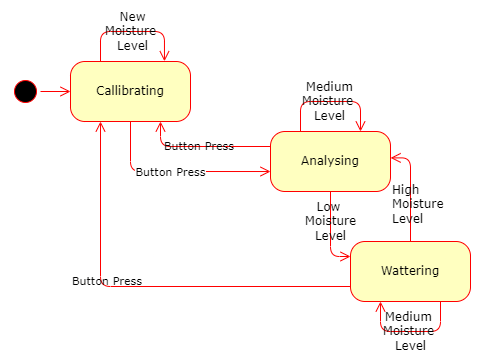
jozef17/Arduino-projects keeps this draw.io diagram as WateringSystem/media/StateMachine.png. Above is the earlier version. Source tidied: cells renumbered, new cells last; positions are measured from the earlier drawing's top-left corner, leaving out a move shared by most shapes.
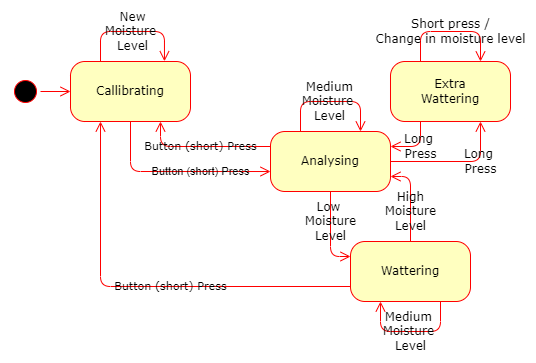
The same diagram one commit later.

The edit, as a diff of the source:
```diff
@@ -24,23 +24,32 @@
         </Array>
       </mxGeometry>
     </mxCell>
-    <mxCell id="8" value="Button Press" style="edgeLabel;html=1;align=center;verticalAlign=middle;fontFamily=Verdana;" parent="7" vertex="1">
-      <mxGeometry x="-0.12" relative="1" as="geometry">
-        <mxPoint x="6" as="offset" />
-      </mxGeometry>
-    </mxCell>
+    <mxCell id="17" value="Button&amp;nbsp;(short) Press" style="edgeLabel;html=1;align=center;verticalAlign=middle;labelBackgroundColor=none;" parent="7" vertex="1">
+      <mxGeometry x="0.11" y="2" relative="1" as="geometry">
+        <mxPoint x="15" y="2" as="offset" />
+      </mxGeometry>
+    </mxCell>
-    <mxCell id="9" value="&lt;font style=&quot;font-size: 11px;&quot;&gt;Button Press&lt;/font&gt;" style="edgeStyle=orthogonalEdgeStyle;html=1;entryX=0.75;entryY=1;labelBackgroundColor=none;endArrow=open;endSize=8;strokeColor=#ff0000;fontFamily=Verdana;fontSize=12;align=left;exitX=0;exitY=0.25;entryDx=0;entryDy=0;exitDx=0;exitDy=0;" parent="1" edge="1" source="4" target="3">
-      <mxGeometry x="0.6" relative="1" as="geometry">
+    <mxCell id="9" value="&lt;font style=&quot;font-size: 11px;&quot;&gt;Button (short) Press&lt;/font&gt;" style="edgeStyle=orthogonalEdgeStyle;html=1;entryX=0.75;entryY=1;labelBackgroundColor=none;endArrow=open;endSize=8;strokeColor=#ff0000;fontFamily=Verdana;fontSize=12;align=center;exitX=0;exitY=0.25;entryDx=0;entryDy=0;exitDx=0;exitDy=0;" parent="1" edge="1">
+      <mxGeometry x="0.04" relative="1" as="geometry">
+        <mxPoint x="260" y="115" as="sourcePoint" />
+        <mxPoint x="150" y="90" as="targetPoint" />
         <Array as="points">
           <mxPoint x="150" y="115" />
         </Array>
       </mxGeometry>
     </mxCell>
-    <mxCell id="10" value="&lt;font style=&quot;font-size: 11px;&quot;&gt;Button Press&lt;/font&gt;" style="edgeStyle=orthogonalEdgeStyle;html=1;exitX=0;exitY=0.75;entryX=0.25;entryY=1;labelBackgroundColor=none;endArrow=open;endSize=8;strokeColor=#ff0000;fontFamily=Verdana;fontSize=12;align=left;exitDx=0;exitDy=0;" parent="1" edge="1" source="5" target="3">
-      <mxGeometry x="0.23" y="30" relative="1" as="geometry" />
+    <mxCell id="10" value="&lt;font style=&quot;font-size: 11px;&quot;&gt;Button&amp;nbsp;(short) Press&lt;/font&gt;" style="edgeStyle=orthogonalEdgeStyle;html=1;exitX=0;exitY=0.75;entryX=0.25;entryY=1;labelBackgroundColor=none;endArrow=open;endSize=8;strokeColor=#ff0000;fontFamily=Verdana;fontSize=12;align=center;exitDx=0;exitDy=0;" parent="1" edge="1">
+      <mxGeometry x="-0.13" relative="1" as="geometry">
+        <mxPoint x="340" y="255" as="sourcePoint" />
+        <mxPoint x="90" y="90" as="targetPoint" />
+      </mxGeometry>
     </mxCell>
-    <mxCell id="11" value="High&lt;br&gt;Moisture&lt;br&gt;Level" style="edgeStyle=orthogonalEdgeStyle;html=1;exitX=0.5;exitY=0;entryX=1.001;entryY=0.44;labelBackgroundColor=none;endArrow=open;endSize=8;strokeColor=#ff0000;fontFamily=Verdana;fontSize=12;align=left;entryDx=0;entryDy=0;entryPerimeter=0;" parent="1" edge="1" source="5" target="4">
-      <mxGeometry x="-0.29" y="20" relative="1" as="geometry" />
+    <mxCell id="11" value="High&lt;br&gt;Moisture&lt;br&gt;Level" style="edgeStyle=orthogonalEdgeStyle;html=1;exitX=0.5;exitY=0;entryX=1;entryY=0.75;labelBackgroundColor=none;endArrow=open;endSize=8;strokeColor=#ff0000;fontFamily=Verdana;fontSize=12;align=center;entryDx=0;entryDy=0;" parent="1" edge="1" source="5" target="4">
+      <mxGeometry x="-0.29" relative="1" as="geometry">
+        <Array as="points">
+          <mxPoint x="400" y="145" />
+        </Array>
+      </mxGeometry>
     </mxCell>
     <mxCell id="12" value="Low &lt;br&gt;Moisture&lt;br&gt;Level" style="edgeStyle=orthogonalEdgeStyle;html=1;exitX=0.5;exitY=1;entryX=0;entryY=0.25;labelBackgroundColor=none;endArrow=open;endSize=8;strokeColor=#ff0000;fontFamily=Verdana;fontSize=12;align=center;exitDx=0;exitDy=0;entryDx=0;entryDy=0;" parent="1" edge="1" source="4" target="5">
       <mxGeometry x="-0.29" relative="1" as="geometry" />
@@ -85,5 +94,53 @@
     <mxCell id="16" value="&lt;span style=&quot;color: rgba(0, 0, 0, 0); font-family: monospace; font-size: 0px; text-align: start; background-color: rgb(248, 249, 250);&quot;&gt;%3CmxGraphModel%3E%3Croot%3E%3CmxCell%20id%3D%220%22%2F%3E%3CmxCell%20id%3D%221%22%20parent%3D%220%22%2F%3E%3CmxCell%20id%3D%222%22%20style%3D%22edgeStyle%3DelbowEdgeStyle%3Bhtml%3D1%3BlabelBackgroundColor%3Dnone%3BendArrow%3Dopen%3BendSize%3D8%3BstrokeColor%3D%23ff0000%3BfontFamily%3DVerdana%3BfontSize%3D12%3Balign%3Dleft%3BentryX%3D0.783%3BentryY%3D-0.004%3BexitX%3D0.25%3BexitY%3D0%3BexitDx%3D0%3BexitDy%3D0%3BentryDx%3D0%3BentryDy%3D0%3BentryPerimeter%3D0%3B%22%20edge%3D%221%22%20parent%3D%221%22%3E%3CmxGeometry%20relative%3D%221%22%20as%3D%22geometry%22%3E%3CmxPoint%20x%3D%22270%22%20y%3D%22130%22%20as%3D%22sourcePoint%22%2F%3E%3CmxPoint%20x%3D%22333.96000000000004%22%20y%3D%22129.76%22%20as%3D%22targetPoint%22%2F%3E%3CArray%20as%3D%22points%22%3E%3CmxPoint%20x%3D%22310%22%20y%3D%22100%22%2F%3E%3CmxPoint%20x%3D%22270%22%20y%3D%22120%22%2F%3E%3CmxPoint%20x%3D%22270%22%20y%3D%22120%22%2F%3E%3C%2FArray%3E%3C%2FmxGeometry%3E%3C%2FmxCell%3E%3C%2Froot%3E%3C%2FmxGraphModel%3E&lt;/span&gt;" style="edgeLabel;html=1;align=center;verticalAlign=middle;fontSize=11;fontFamily=Verdana;" parent="15" vertex="1">
       <mxGeometry x="0.13" y="2" relative="1" as="geometry" />
     </mxCell>
+    <mxCell id="18" value="Extra&lt;br&gt;Wattering" style="rounded=1;whiteSpace=wrap;html=1;arcSize=24;fillColor=#ffffc0;strokeColor=#ff0000;shadow=0;comic=0;labelBackgroundColor=none;fontFamily=Verdana;fontSize=12;fontColor=#000000;align=center;" parent="1" vertex="1">
+      <mxGeometry x="380" y="30" width="120" height="60" as="geometry" />
+    </mxCell>
+    <mxCell id="19" value="Long &lt;br&gt;Press" style="edgeStyle=elbowEdgeStyle;html=1;labelBackgroundColor=none;endArrow=open;endSize=8;strokeColor=#ff0000;fontFamily=Verdana;fontSize=12;align=center;exitX=1;exitY=0.5;exitDx=0;exitDy=0;entryX=0.75;entryY=1;entryDx=0;entryDy=0;" parent="1" edge="1" source="4" target="18">
+      <mxGeometry x="0.38" relative="1" as="geometry">
+        <Array as="points">
+          <mxPoint x="470" y="100" />
+          <mxPoint x="466" y="110" />
+          <mxPoint x="470" y="120" />
+          <mxPoint x="330" y="70" />
+          <mxPoint x="110" y="40" />
+          <mxPoint x="110" y="40" />
+        </Array>
+      </mxGeometry>
+    </mxCell>
+    <mxCell id="20" value="&lt;span style=&quot;color: rgba(0, 0, 0, 0); font-family: monospace; font-size: 0px; text-align: start; background-color: rgb(248, 249, 250);&quot;&gt;%3CmxGraphModel%3E%3Croot%3E%3CmxCell%20id%3D%220%22%2F%3E%3CmxCell%20id%3D%221%22%20parent%3D%220%22%2F%3E%3CmxCell%20id%3D%222%22%20style%3D%22edgeStyle%3DelbowEdgeStyle%3Bhtml%3D1%3BlabelBackgroundColor%3Dnone%3BendArrow%3Dopen%3BendSize%3D8%3BstrokeColor%3D%23ff0000%3BfontFamily%3DVerdana%3BfontSize%3D12%3Balign%3Dleft%3BentryX%3D0.783%3BentryY%3D-0.004%3BexitX%3D0.25%3BexitY%3D0%3BexitDx%3D0%3BexitDy%3D0%3BentryDx%3D0%3BentryDy%3D0%3BentryPerimeter%3D0%3B%22%20edge%3D%221%22%20parent%3D%221%22%3E%3CmxGeometry%20relative%3D%221%22%20as%3D%22geometry%22%3E%3CmxPoint%20x%3D%22270%22%20y%3D%22130%22%20as%3D%22sourcePoint%22%2F%3E%3CmxPoint%20x%3D%22333.96000000000004%22%20y%3D%22129.76%22%20as%3D%22targetPoint%22%2F%3E%3CArray%20as%3D%22points%22%3E%3CmxPoint%20x%3D%22310%22%20y%3D%22100%22%2F%3E%3CmxPoint%20x%3D%22270%22%20y%3D%22120%22%2F%3E%3CmxPoint%20x%3D%22270%22%20y%3D%22120%22%2F%3E%3C%2FArray%3E%3C%2FmxGeometry%3E%3C%2FmxCell%3E%3C%2Froot%3E%3C%2FmxGraphModel%3E&lt;/span&gt;" style="edgeLabel;html=1;align=center;verticalAlign=middle;fontSize=11;fontFamily=Verdana;" parent="19" vertex="1">
+      <mxGeometry x="0.13" y="2" relative="1" as="geometry" />
+    </mxCell>
+    <mxCell id="21" value="Long&lt;br&gt;&amp;nbsp;Press" style="edgeStyle=elbowEdgeStyle;html=1;labelBackgroundColor=none;endArrow=open;endSize=8;strokeColor=#ff0000;fontFamily=Verdana;fontSize=12;align=center;exitX=0.25;exitY=1;exitDx=0;exitDy=0;entryX=1;entryY=0.25;entryDx=0;entryDy=0;" parent="1" edge="1" source="18" target="4">
+      <mxGeometry x="-0.02" relative="1" as="geometry">
+        <Array as="points">
+          <mxPoint x="410" y="100" />
+          <mxPoint x="476" y="120" />
+          <mxPoint x="480" y="130" />
+          <mxPoint x="340" y="80" />
+          <mxPoint x="120" y="50" />
+          <mxPoint x="120" y="50" />
+        </Array>
+      </mxGeometry>
+    </mxCell>
+    <mxCell id="22" value="&lt;span style=&quot;color: rgba(0, 0, 0, 0); font-family: monospace; font-size: 0px; text-align: start; background-color: rgb(248, 249, 250);&quot;&gt;%3CmxGraphModel%3E%3Croot%3E%3CmxCell%20id%3D%220%22%2F%3E%3CmxCell%20id%3D%221%22%20parent%3D%220%22%2F%3E%3CmxCell%20id%3D%222%22%20style%3D%22edgeStyle%3DelbowEdgeStyle%3Bhtml%3D1%3BlabelBackgroundColor%3Dnone%3BendArrow%3Dopen%3BendSize%3D8%3BstrokeColor%3D%23ff0000%3BfontFamily%3DVerdana%3BfontSize%3D12%3Balign%3Dleft%3BentryX%3D0.783%3BentryY%3D-0.004%3BexitX%3D0.25%3BexitY%3D0%3BexitDx%3D0%3BexitDy%3D0%3BentryDx%3D0%3BentryDy%3D0%3BentryPerimeter%3D0%3B%22%20edge%3D%221%22%20parent%3D%221%22%3E%3CmxGeometry%20relative%3D%221%22%20as%3D%22geometry%22%3E%3CmxPoint%20x%3D%22270%22%20y%3D%22130%22%20as%3D%22sourcePoint%22%2F%3E%3CmxPoint%20x%3D%22333.96000000000004%22%20y%3D%22129.76%22%20as%3D%22targetPoint%22%2F%3E%3CArray%20as%3D%22points%22%3E%3CmxPoint%20x%3D%22310%22%20y%3D%22100%22%2F%3E%3CmxPoint%20x%3D%22270%22%20y%3D%22120%22%2F%3E%3CmxPoint%20x%3D%22270%22%20y%3D%22120%22%2F%3E%3C%2FArray%3E%3C%2FmxGeometry%3E%3C%2FmxCell%3E%3C%2Froot%3E%3C%2FmxGraphModel%3E&lt;/span&gt;" style="edgeLabel;html=1;align=center;verticalAlign=middle;fontSize=11;fontFamily=Verdana;" parent="21" vertex="1">
+      <mxGeometry x="0.13" y="2" relative="1" as="geometry" />
+    </mxCell>
+    <mxCell id="23" value="Short press /&lt;br&gt;Change in moisture level" style="edgeStyle=elbowEdgeStyle;html=1;labelBackgroundColor=none;endArrow=open;endSize=8;strokeColor=#ff0000;fontFamily=Verdana;fontSize=12;align=center;entryX=0.75;entryY=0;entryDx=0;entryDy=0;exitX=0.25;exitY=0;exitDx=0;exitDy=0;" parent="1" edge="1" source="18" target="18">
+      <mxGeometry relative="1" as="geometry">
+        <Array as="points">
+          <mxPoint x="440" />
+          <mxPoint x="410" y="40" />
+          <mxPoint x="340" y="1" />
+          <mxPoint x="330" y="-9" />
+          <mxPoint x="110" y="-39" />
+          <mxPoint x="110" y="-39" />
+        </Array>
+      </mxGeometry>
+    </mxCell>
+    <mxCell id="24" value="&lt;span style=&quot;color: rgba(0, 0, 0, 0); font-family: monospace; font-size: 0px; text-align: start; background-color: rgb(248, 249, 250);&quot;&gt;%3CmxGraphModel%3E%3Croot%3E%3CmxCell%20id%3D%220%22%2F%3E%3CmxCell%20id%3D%221%22%20parent%3D%220%22%2F%3E%3CmxCell%20id%3D%222%22%20style%3D%22edgeStyle%3DelbowEdgeStyle%3Bhtml%3D1%3BlabelBackgroundColor%3Dnone%3BendArrow%3Dopen%3BendSize%3D8%3BstrokeColor%3D%23ff0000%3BfontFamily%3DVerdana%3BfontSize%3D12%3Balign%3Dleft%3BentryX%3D0.783%3BentryY%3D-0.004%3BexitX%3D0.25%3BexitY%3D0%3BexitDx%3D0%3BexitDy%3D0%3BentryDx%3D0%3BentryDy%3D0%3BentryPerimeter%3D0%3B%22%20edge%3D%221%22%20parent%3D%221%22%3E%3CmxGeometry%20relative%3D%221%22%20as%3D%22geometry%22%3E%3CmxPoint%20x%3D%22270%22%20y%3D%22130%22%20as%3D%22sourcePoint%22%2F%3E%3CmxPoint%20x%3D%22333.96000000000004%22%20y%3D%22129.76%22%20as%3D%22targetPoint%22%2F%3E%3CArray%20as%3D%22points%22%3E%3CmxPoint%20x%3D%22310%22%20y%3D%22100%22%2F%3E%3CmxPoint%20x%3D%22270%22%20y%3D%22120%22%2F%3E%3CmxPoint%20x%3D%22270%22%20y%3D%22120%22%2F%3E%3C%2FArray%3E%3C%2FmxGeometry%3E%3C%2FmxCell%3E%3C%2Froot%3E%3C%2FmxGraphModel%3E&lt;/span&gt;" style="edgeLabel;html=1;align=center;verticalAlign=middle;fontSize=11;fontFamily=Verdana;" parent="23" vertex="1">
+      <mxGeometry x="0.13" y="2" relative="1" as="geometry" />
+    </mxCell>
   </root>
 </mxGraphModel>
```
